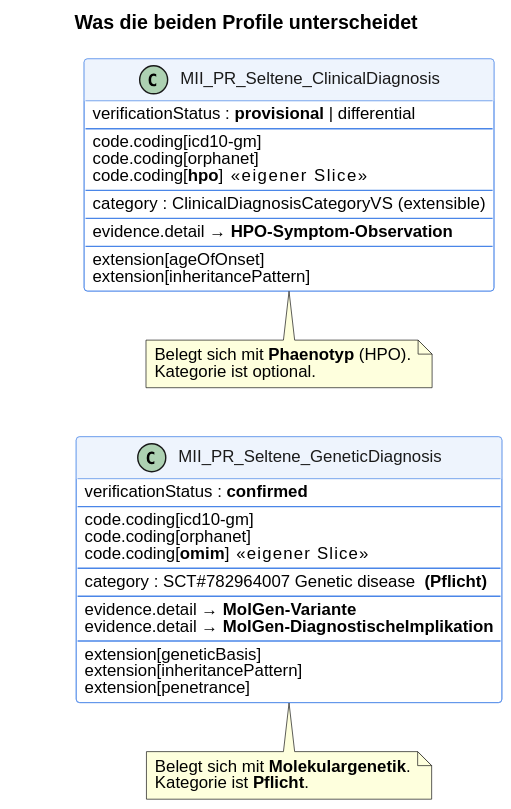
This is input/images/diagnose-klinisch-vs-genetisch.svg from medizininformatik-initiative/kerndatensatzmodul-seltene-erkrankungen, a PlantUML export, as it was before one commit.
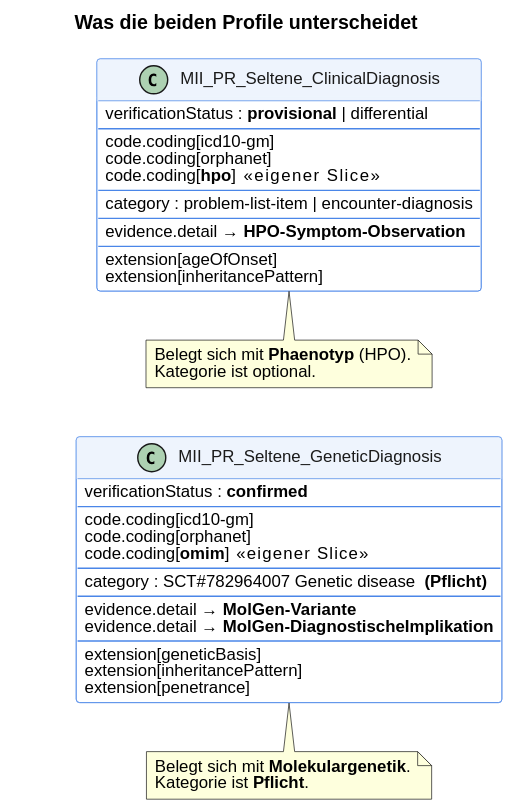
Above is the later version.

What changed in the source:
```diff
@@ -21,7 +21,7 @@
   code.coding[orphanet]
   code.coding[**hpo**]      << eigener Slice >>
   --
-  category : ClinicalDiagnosisCategoryVS  (extensible)
+  category : problem-list-item | encounter-diagnosis
   --
   evidence.detail → **HPO-Symptom-Observation**
   --
```
